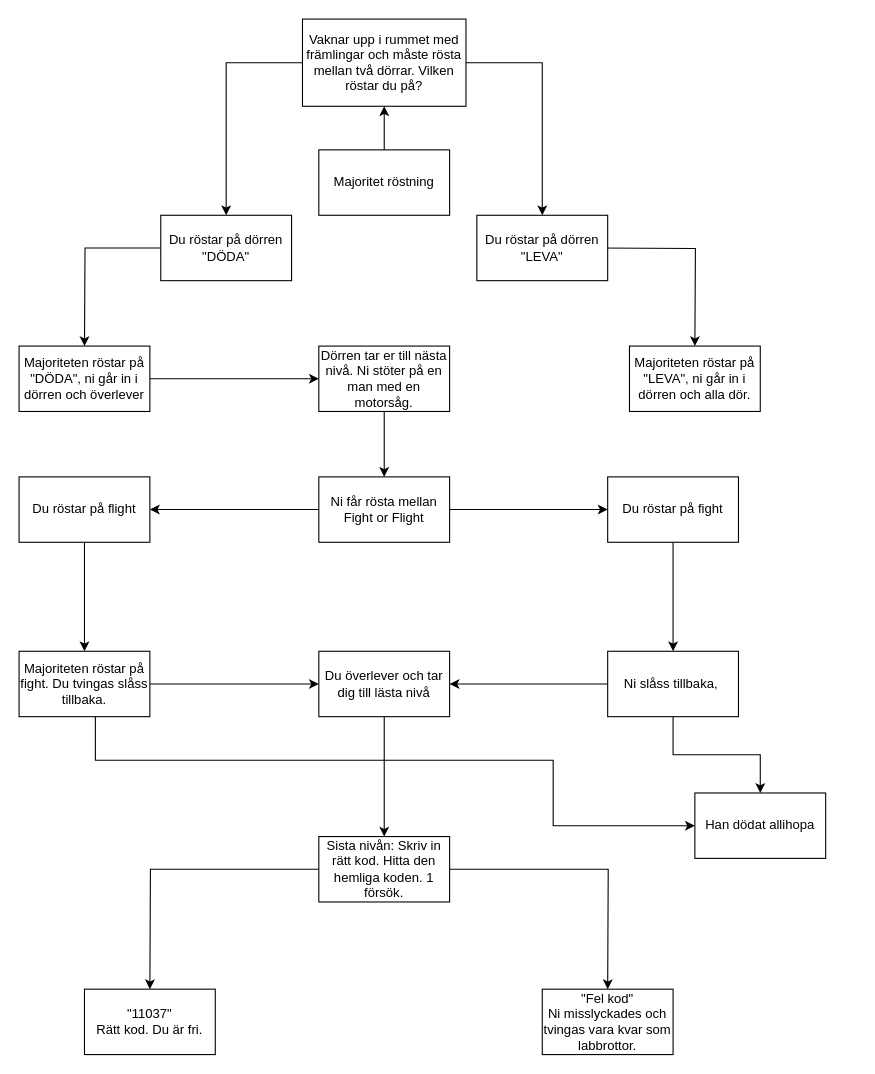
Above: PLANERINGEN.drawio in te22c-abdulleiid-amira/Slutprojekt (draw.io), before the change. Source tidied: cells renumbered, new cells numbered last; positions are measured from the earlier drawing's top-left corner, leaving out a move shared by most shapes. Both pictures are drawn from the tidied source at 109%, with x=0, y=0 at pixel (19, 19).
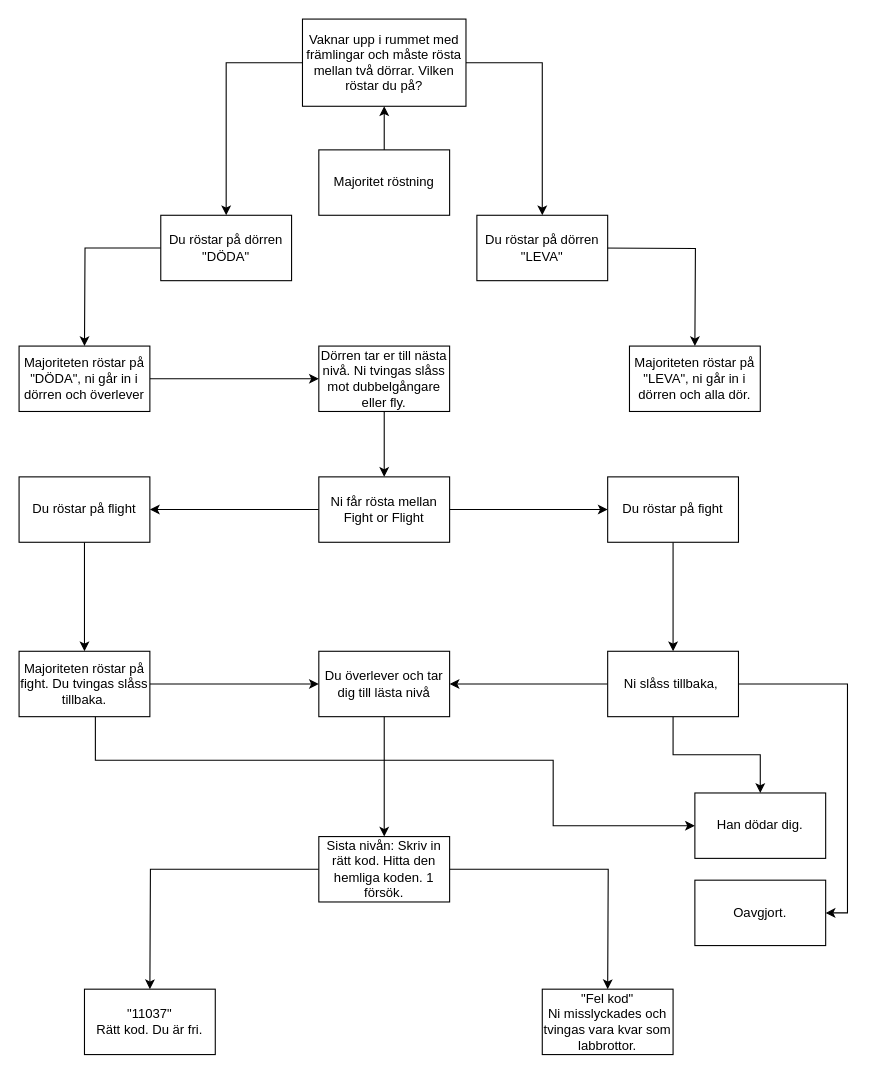
Above is the later version.

The edit, as a diff of the source:
```diff
@@
-    <mxCell id="15" value="Dörren tar er till nästa nivå. Ni stöter på en man med en motorsåg." style="rounded=0;whiteSpace=wrap;html=1;" parent="1" vertex="1">
+    <mxCell id="15" value="Dörren tar er till nästa nivå. Ni tvingas slåss mot dubbelgångare eller fly." style="rounded=0;whiteSpace=wrap;html=1;" parent="1" vertex="1">
       <mxGeometry x="275" y="300" width="120" height="60" as="geometry" />
     </mxCell>
@@
+    <mxCell id="37" style="edgeStyle=orthogonalEdgeStyle;rounded=0;jettySize=auto;html=1;entryX=1;entryY=0.5;entryDx=0;entryDy=0;" parent="1" edge="1" target="38">
+      <mxGeometry relative="1" as="geometry">
+        <mxPoint x="660" y="610" as="sourcePoint" />
+        <Array as="points">
+          <mxPoint x="760" y="610" />
+          <mxPoint x="760" y="820" />
+        </Array>
+      </mxGeometry>
+    </mxCell>
@@
-    <mxCell id="31" value="Han dödat allihopa" style="rounded=0;whiteSpace=wrap;html=1;" parent="1" vertex="1">
+    <mxCell id="31" value="Han dödar dig." style="rounded=0;whiteSpace=wrap;html=1;" parent="1" vertex="1">
       <mxGeometry x="620" y="710" width="120" height="60" as="geometry" />
     </mxCell>
@@
+    <mxCell id="38" value="Oavgjort." style="rounded=0;whiteSpace=wrap;html=1;" parent="1" vertex="1">
+      <mxGeometry x="620" y="790" width="120" height="60" as="geometry" />
+    </mxCell>
```
